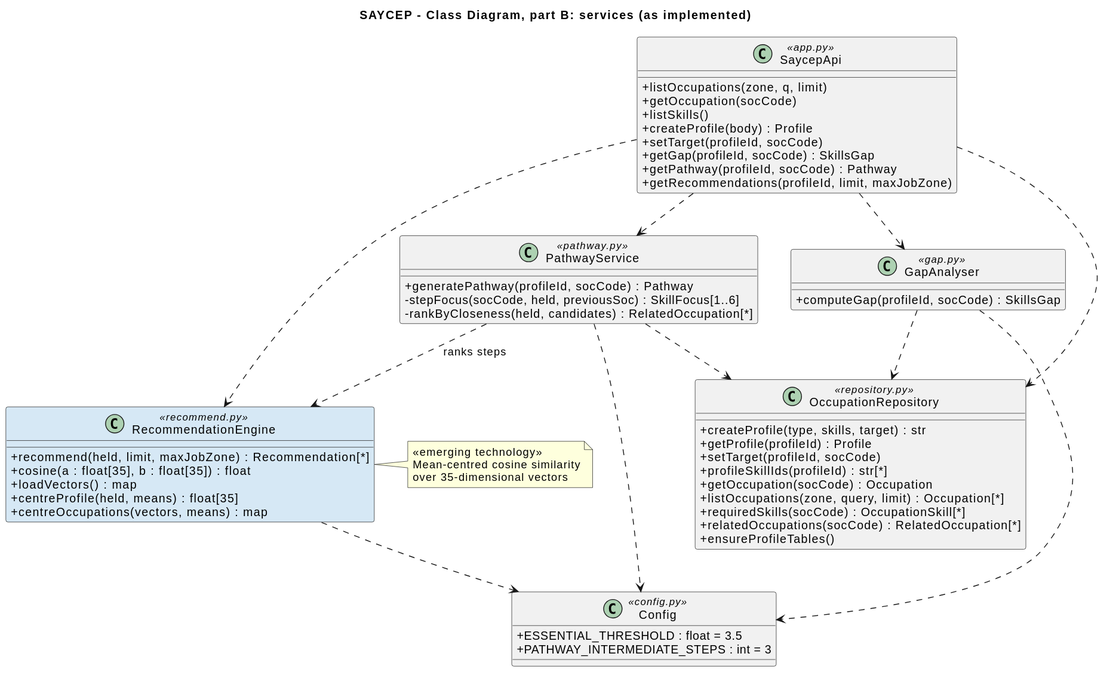
Earlier version of the PlantUML export docs/uml/a3/03b-class-services.svg (ShogunLSG/SAYCEP). Its diagram source:
```plantuml
@startuml
title SAYCEP - Class Diagram, part B: services (as implemented)
skinparam classAttributeIconSize 0
skinparam shadowing false
skinparam nodesep 40
skinparam ranksep 50

class SaycepApi <<app.py>> {
  + listOccupations(zone, q, limit)
  + getOccupation(socCode)
  + listSkills()
  + createProfile(body) : Profile
  + setTarget(profileId, socCode)
  + getGap(profileId, socCode) : SkillsGap
  + getPathway(profileId, socCode) : Pathway
  + getRecommendations(profileId, limit, maxJobZone)
}
class GapAnalyser <<gap.py>> {
  + computeGap(profileId, socCode) : SkillsGap
}
class PathwayService <<pathway.py>> {
  + generatePathway(profileId, socCode) : Pathway
  - stepFocus(socCode, held, previousSoc) : SkillFocus[1..6]
  - rankByCloseness(held, candidates) : RelatedOccupation[*]
}
class RecommendationEngine <<recommend.py>> #D6E8F5 {
  + recommend(held, limit, maxJobZone) : Recommendation[*]
  + cosine(a : float[35], b : float[35]) : float
  + loadVectors() : map
  + centreProfile(held, means) : float[35]
  + centreOccupations(vectors, means) : map
}
class OccupationRepository <<repository.py>> {
  + createProfile(type, skills, target) : str
  + getProfile(profileId) : Profile
  + setTarget(profileId, socCode)
  + profileSkillIds(profileId) : str[*]
  + getOccupation(socCode) : Occupation
  + listOccupations(zone, query, limit) : Occupation[*]
  + requiredSkills(socCode) : OccupationSkill[*]
  + relatedOccupations(socCode) : RelatedOccupation[*]
  + ensureProfileTables()
}
class Config <<config.py>> {
  + ESSENTIAL_THRESHOLD : float = 3.5
  + PATHWAY_INTERMEDIATE_STEPS : int = 3
}

SaycepApi ..> GapAnalyser
SaycepApi ..> PathwayService
SaycepApi ..> RecommendationEngine
SaycepApi ..> OccupationRepository
PathwayService ..> RecommendationEngine : ranks steps
PathwayService ..> OccupationRepository
GapAnalyser ..> OccupationRepository
GapAnalyser ..> Config
PathwayService ..> Config
RecommendationEngine ..> Config

note right of RecommendationEngine
  <<emerging technology>>
  Mean-centred cosine similarity
  over 35-dimensional vectors
end note
@enduml
```
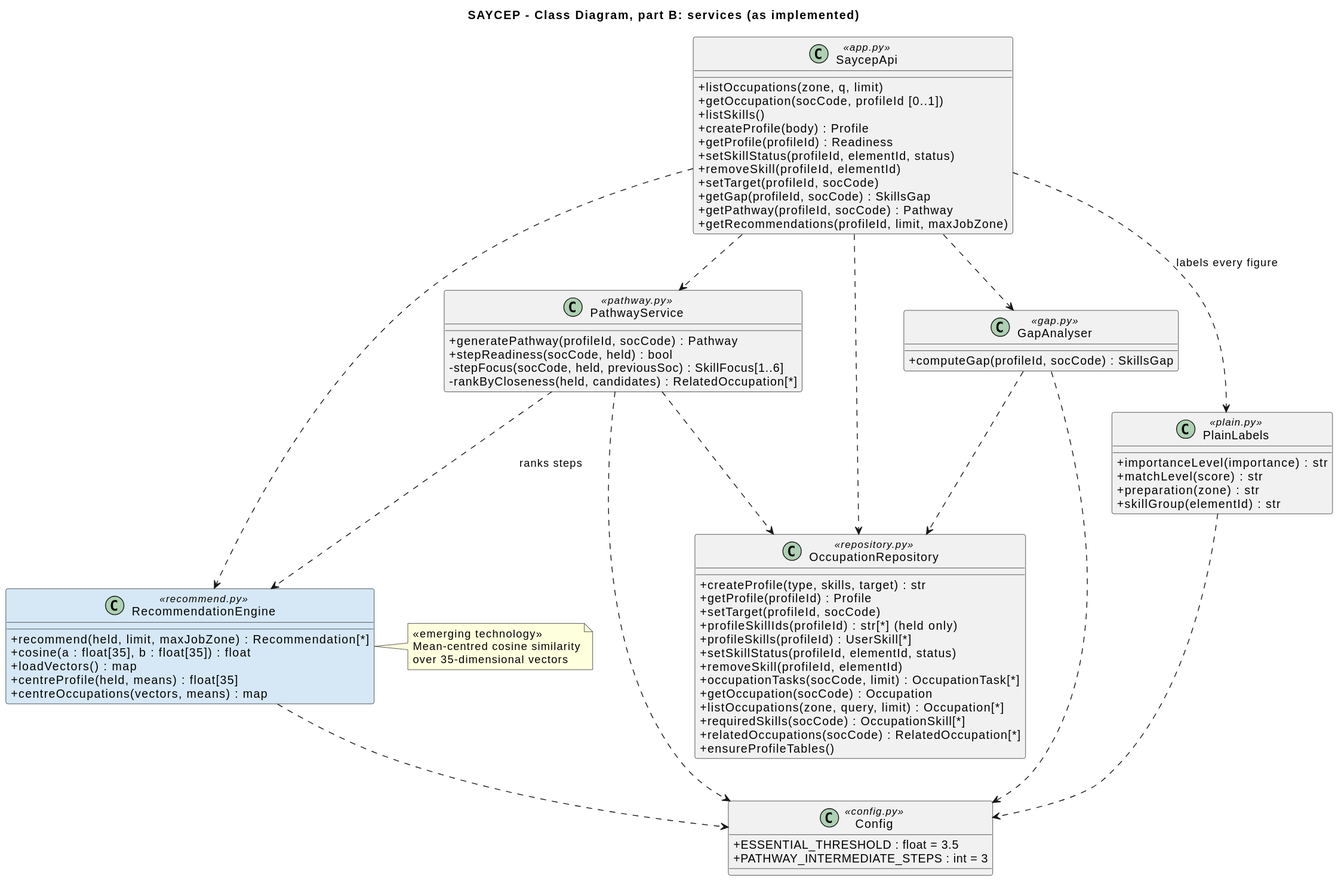
Later version of the same file.

The edit, as a diff of the source:
```diff
@@ -7,9 +7,12 @@
 
 class SaycepApi <<app.py>> {
   + listOccupations(zone, q, limit)
-  + getOccupation(socCode)
+  + getOccupation(socCode, profileId [0..1])
   + listSkills()
   + createProfile(body) : Profile
+  + getProfile(profileId) : Readiness
+  + setSkillStatus(profileId, elementId, status)
+  + removeSkill(profileId, elementId)
   + setTarget(profileId, socCode)
   + getGap(profileId, socCode) : SkillsGap
   + getPathway(profileId, socCode) : Pathway
@@ -20,6 +23,7 @@
 }
 class PathwayService <<pathway.py>> {
   + generatePathway(profileId, socCode) : Pathway
+  + stepReadiness(socCode, held) : bool
   - stepFocus(socCode, held, previousSoc) : SkillFocus[1..6]
   - rankByCloseness(held, candidates) : RelatedOccupation[*]
 }
@@ -34,12 +38,22 @@
   + createProfile(type, skills, target) : str
   + getProfile(profileId) : Profile
   + setTarget(profileId, socCode)
-  + profileSkillIds(profileId) : str[*]
+  + profileSkillIds(profileId) : str[*]  (held only)
+  + profileSkills(profileId) : UserSkill[*]
+  + setSkillStatus(profileId, elementId, status)
+  + removeSkill(profileId, elementId)
+  + occupationTasks(socCode, limit) : OccupationTask[*]
   + getOccupation(socCode) : Occupation
   + listOccupations(zone, query, limit) : Occupation[*]
   + requiredSkills(socCode) : OccupationSkill[*]
   + relatedOccupations(socCode) : RelatedOccupation[*]
   + ensureProfileTables()
+}
+class PlainLabels <<plain.py>> {
+  + importanceLevel(importance) : str
+  + matchLevel(score) : str
+  + preparation(zone) : str
+  + skillGroup(elementId) : str
 }
 class Config <<config.py>> {
   + ESSENTIAL_THRESHOLD : float = 3.5
@@ -50,6 +64,8 @@
 SaycepApi ..> PathwayService
 SaycepApi ..> RecommendationEngine
 SaycepApi ..> OccupationRepository
+SaycepApi ..> PlainLabels : labels every figure
+PlainLabels ..> Config
 PathwayService ..> RecommendationEngine : ranks steps
 PathwayService ..> OccupationRepository
 GapAnalyser ..> OccupationRepository
```
